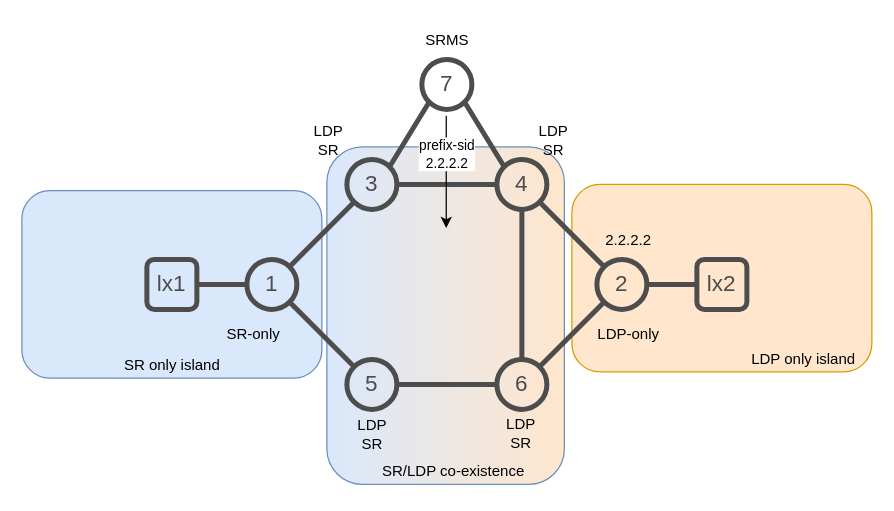
Earlier version of the draw.io diagram page "7" (7 of 7) of images/07.LDP-coexistence.drawio (IntuitiveSoft-net/sr-lab). Source tidied: cells renumbered, new cells numbered last; positions are measured from the earlier drawing's top-left corner, leaving out a move shared by most shapes. Both pictures are drawn from the tidied source at 125%, with x=0, y=0 at pixel (21, 21).
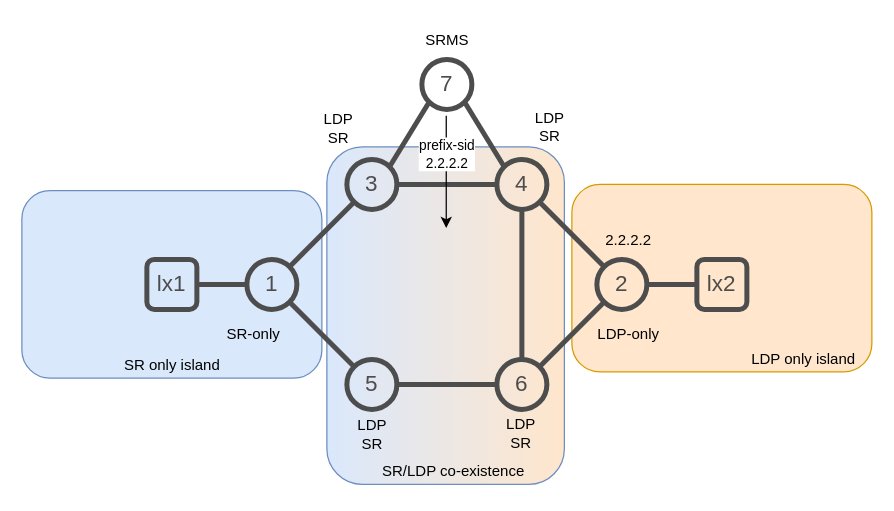
After the change.

The edit, as a diff of the source:
```diff
@@
-    <mxCell id="26" value="LDP&lt;br&gt;SR" style="text;html=1;align=center;verticalAlign=middle;strokeColor=none;fillColor=none;" parent="1" vertex="1">
-      <mxGeometry x="220" y="75" width="50" height="40" as="geometry" />
-    </mxCell>
@@
-    <mxCell id="30" value="LDP&lt;br&gt;SR" style="text;html=1;align=center;verticalAlign=middle;strokeColor=none;fillColor=none;" parent="1" vertex="1">
-      <mxGeometry x="400" y="75" width="50" height="40" as="geometry" />
-    </mxCell>
@@
+    <mxCell id="38" value="LDP&lt;br&gt;SR" style="text;html=1;align=center;verticalAlign=middle;strokeColor=none;fillColor=none;" parent="1" vertex="1">
+      <mxGeometry x="228" y="65" width="50" height="40" as="geometry" />
+    </mxCell>
+    <mxCell id="39" value="LDP&lt;br&gt;SR" style="text;html=1;align=center;verticalAlign=middle;strokeColor=none;fillColor=none;" parent="1" vertex="1">
+      <mxGeometry x="397" y="64" width="50" height="40" as="geometry" />
+    </mxCell>
```
